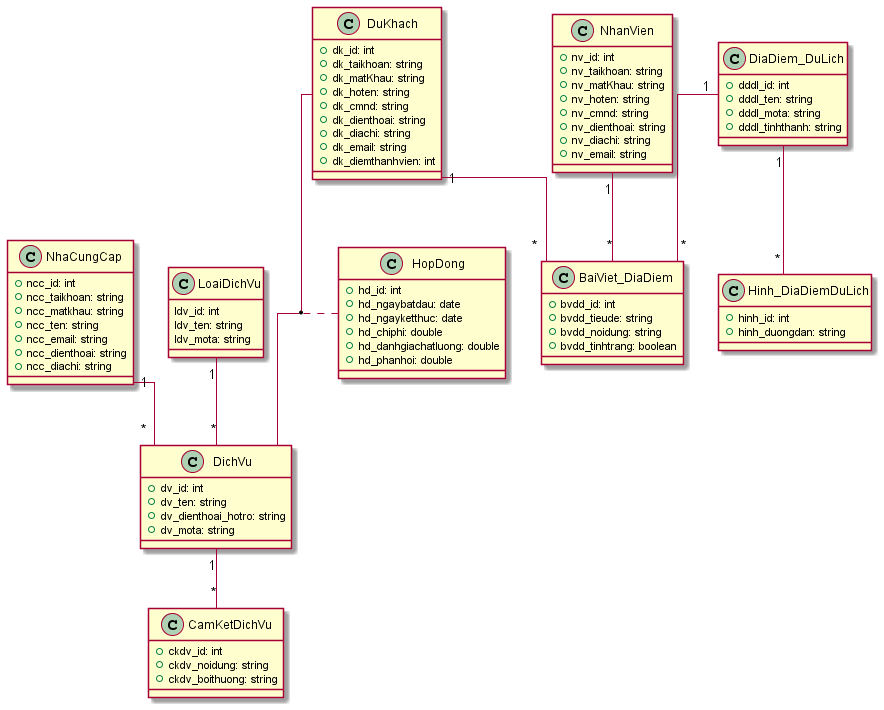
This is out/PlanUML/Class (1)/SoDoclass.png from TranTan-Dat/LV_DuLichDienTu, a PlantUML export, as it was before one commit.
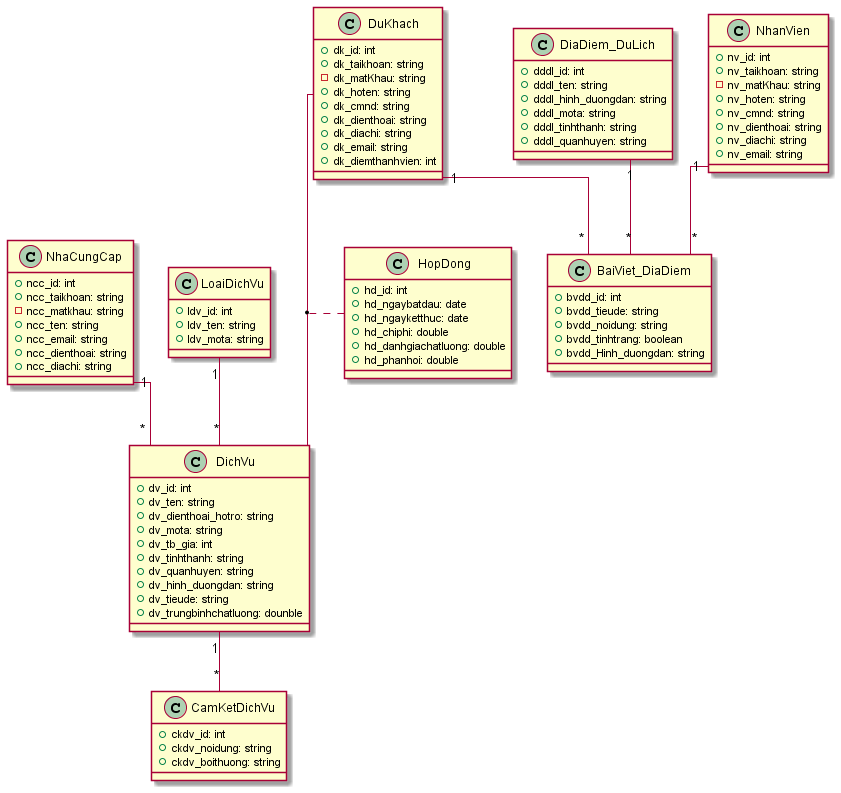
The same diagram one commit later.

Diff of the diagram source:
```diff
@@ -6,18 +6,21 @@
 class NhaCungCap{
   + ncc_id: int
   + ncc_taikhoan: string
-  + ncc_matkhau: string
+  - ncc_matkhau: string
   + ncc_ten: string
   + ncc_email: string
   + ncc_dienthoai: string
   + ncc_diachi: string
+
 }
 
 class DiaDiem_DuLich{
   + dddl_id: int
   + dddl_ten: string
+  + dddl_hinh_duongdan: string
   + dddl_mota: string
   + dddl_tinhthanh: string
+  + dddl_quanhuyen: string
 }
 
 
@@ -26,24 +29,27 @@
   + bvdd_tieude: string
   + bvdd_noidung: string
   + bvdd_tinhtrang: boolean
+  + bvdd_Hinh_duongdan: string
 }
 
 class DuKhach{
   + dk_id: int
   + dk_taikhoan: string
-  + dk_matKhau: string
+  - dk_matKhau: string
   + dk_hoten: string
   + dk_cmnd: string
   + dk_dienthoai: string
   + dk_diachi: string
   + dk_email: string
   + dk_diemthanhvien: int
+
+
 }
 
 class LoaiDichVu{
-  ldv_id: int
-  ldv_ten: string
-  ldv_mota: string
+  + ldv_id: int
+  + ldv_ten: string
+  + ldv_mota: string
 }
 
 class DichVu{
@@ -51,6 +57,12 @@
   + dv_ten: string
   + dv_dienthoai_hotro: string
   + dv_mota: string
+  + dv_tb_gia: int
+  + dv_tinhthanh: string
+  + dv_quanhuyen: string
+  + dv_hinh_duongdan: string
+  + dv_tieude: string
+  + dv_trungbinhchatluong: dounble
 }
 
 class CamKetDichVu{
@@ -71,18 +83,15 @@
 class NhanVien{
   + nv_id: int
   + nv_taikhoan: string
-  + nv_matKhau: string
+  - nv_matKhau: string
   + nv_hoten: string
   + nv_cmnd: string
   + nv_dienthoai: string
   + nv_diachi: string
   + nv_email: string
+
 }
 
-class Hinh_DiaDiemDuLich{
-  + hinh_id: int
-  + hinh_duongdan: string
-}
 
 NhaCungCap "1" -- "*" DichVu
 LoaiDichVu "1" -- "*" DichVu
@@ -90,7 +99,6 @@
 DiaDiem_DuLich "1" -- "*" BaiViet_DiaDiem
 NhanVien "1" -- "*" BaiViet_DiaDiem
 (DuKhach, DichVu) .. HopDong
-DiaDiem_DuLich "1" -- "*" Hinh_DiaDiemDuLich
 DichVu "1" -- "*" CamKetDichVu
 
 
```
